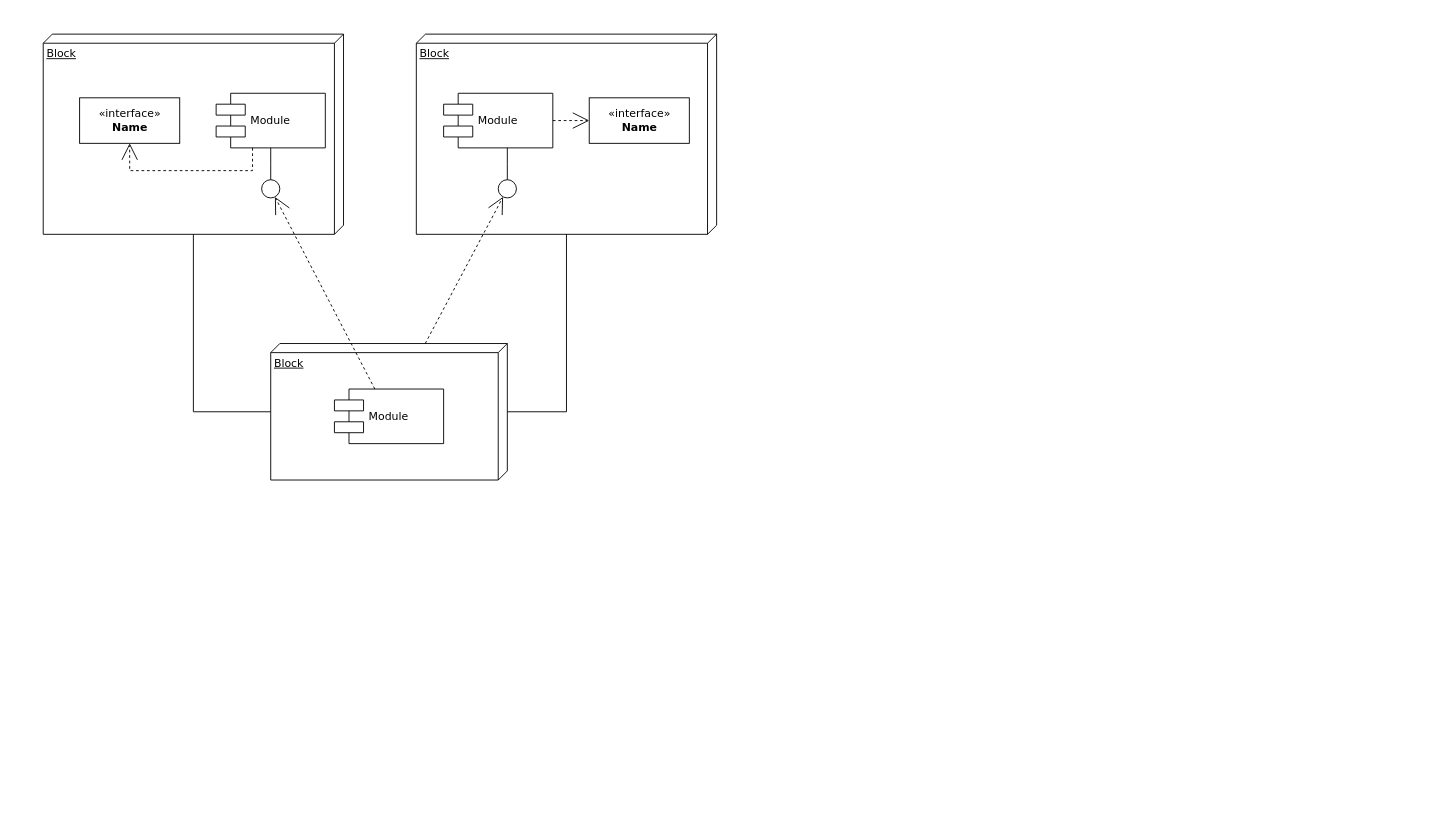
Above: Diagramme sans nom.drawio in EmiraDga/DBMS3 (draw.io), before the change. Source tidied: cells renumbered, new cells numbered last; positions are measured from the earlier drawing's top-left corner, leaving out a move shared by most shapes. Both pictures are drawn from the tidied source at 91%, with x=0, y=0 at pixel (43, 34).
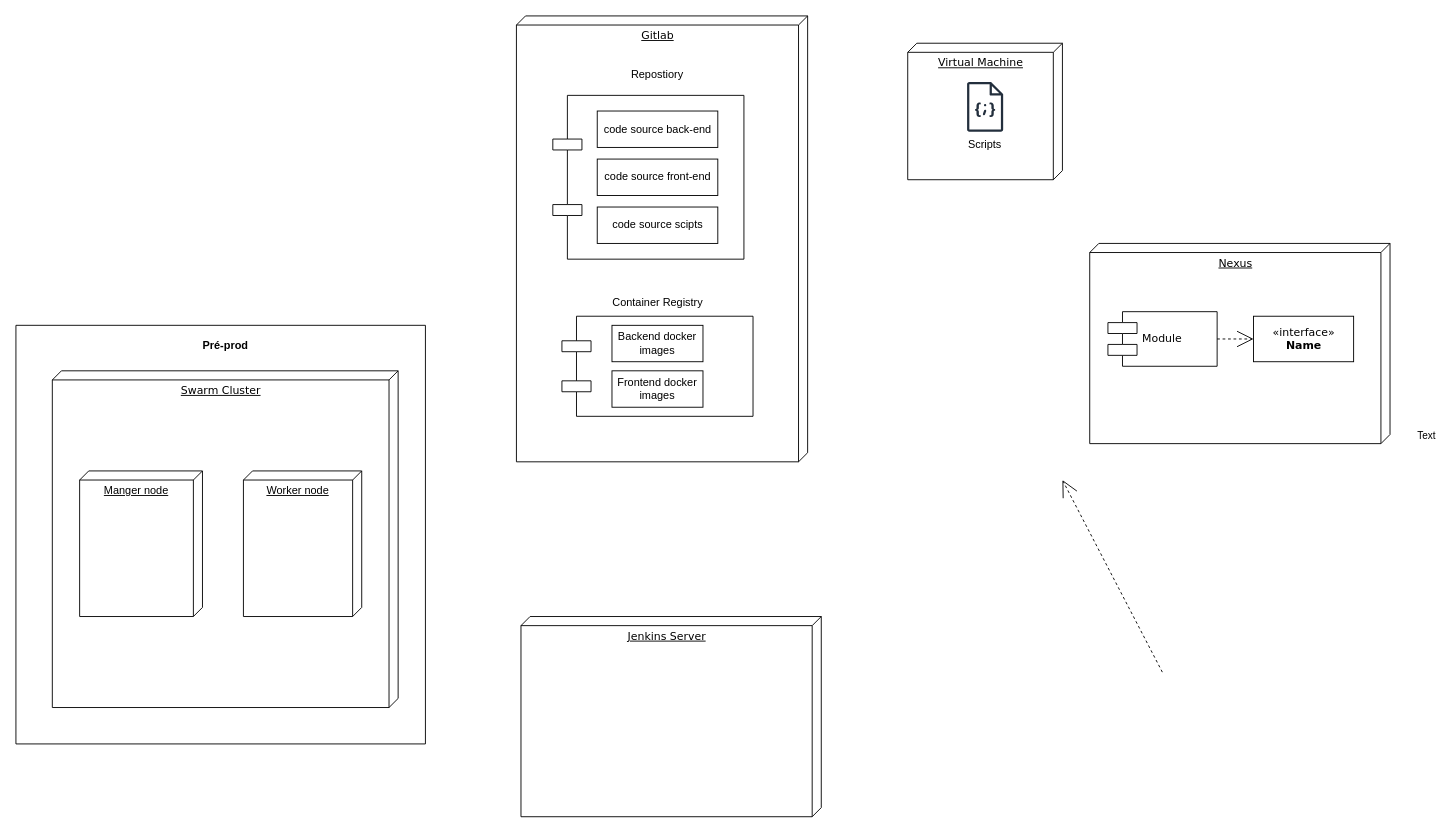
After the change.

Commit message (it also covers changes not shown here):
Mettre à jour Diagramme sans nom.drawio

Change to the diagram source:
```diff
@@
-    <mxCell id="2" value="Block" style="verticalAlign=top;align=left;spacingTop=8;spacingLeft=2;spacingRight=12;shape=cube;size=10;direction=south;fontStyle=4;html=1;rounded=0;shadow=0;comic=0;labelBackgroundColor=none;strokeWidth=1;fontFamily=Verdana;fontSize=12;" parent="1" vertex="1">
-      <mxGeometry width="330" height="220" as="geometry" />
+    <mxCell id="2" value="Gitlab" style="verticalAlign=top;align=center;spacingTop=8;spacingLeft=2;spacingRight=12;shape=cube;size=10;direction=south;fontStyle=4;html=1;rounded=0;shadow=0;comic=0;labelBackgroundColor=none;strokeWidth=1;fontFamily=Verdana;fontSize=12;" parent="1" vertex="1">
+      <mxGeometry x="520" y="-20" width="320" height="490" as="geometry" />
     </mxCell>
-    <mxCell id="3" value="Block" style="verticalAlign=top;align=left;spacingTop=8;spacingLeft=2;spacingRight=12;shape=cube;size=10;direction=south;fontStyle=4;html=1;rounded=0;shadow=0;comic=0;labelBackgroundColor=none;strokeWidth=1;fontFamily=Verdana;fontSize=12;" parent="1" vertex="1">
-      <mxGeometry x="410" width="330" height="220" as="geometry" />
+    <mxCell id="3" value="&lt;div align=&quot;center&quot;&gt;Nexus&lt;/div&gt;" style="verticalAlign=top;align=center;spacingTop=8;spacingLeft=2;spacingRight=12;shape=cube;size=10;direction=south;fontStyle=4;html=1;rounded=0;shadow=0;comic=0;labelBackgroundColor=none;strokeWidth=1;fontFamily=Verdana;fontSize=12;" parent="1" vertex="1">
+      <mxGeometry x="1150" y="230" width="330" height="220" as="geometry" />
     </mxCell>
-    <mxCell id="4" value="Block" style="verticalAlign=top;align=left;spacingTop=8;spacingLeft=2;spacingRight=12;shape=cube;size=10;direction=south;fontStyle=4;html=1;rounded=0;shadow=0;comic=0;labelBackgroundColor=none;strokeWidth=1;fontFamily=Verdana;fontSize=12;" parent="1" vertex="1">
-      <mxGeometry x="250" y="340" width="260" height="150" as="geometry" />
+    <mxCell id="4" value="&lt;div align=&quot;center&quot;&gt;Swarm Cluster &lt;/div&gt;" style="verticalAlign=top;align=center;spacingTop=8;spacingLeft=2;spacingRight=12;shape=cube;size=10;direction=south;fontStyle=4;html=1;rounded=0;shadow=0;comic=0;labelBackgroundColor=none;strokeWidth=1;fontFamily=Verdana;fontSize=12;" parent="1" vertex="1">
+      <mxGeometry x="10" y="370" width="380" height="370" as="geometry" />
     </mxCell>
-    <mxCell id="5" value="&amp;laquo;interface&amp;raquo;&lt;br&gt;&lt;b&gt;Name&lt;/b&gt;" style="html=1;rounded=0;shadow=0;comic=0;labelBackgroundColor=none;strokeWidth=1;fontFamily=Verdana;fontSize=12;align=center;" parent="1" vertex="1">
-      <mxGeometry x="40" y="70" width="110" height="50" as="geometry" />
-    </mxCell>
-    <mxCell id="6" value="Module" style="shape=component;align=left;spacingLeft=36;rounded=0;shadow=0;comic=0;labelBackgroundColor=none;strokeWidth=1;fontFamily=Verdana;fontSize=12;html=1;" parent="1" vertex="1">
-      <mxGeometry x="190" y="65" width="120" height="60" as="geometry" />
+    <mxCell id="6" style="shape=component;align=left;spacingLeft=36;rounded=0;shadow=0;comic=0;labelBackgroundColor=none;strokeWidth=1;fontFamily=Verdana;fontSize=12;html=1;" parent="1" vertex="1">
+      <mxGeometry x="560" y="67.3" width="210" height="180" as="geometry" />
     </mxCell>
-    <mxCell id="7" style="ellipse;whiteSpace=wrap;html=1;rounded=0;shadow=0;comic=0;labelBackgroundColor=none;strokeWidth=1;fontFamily=Verdana;fontSize=12;align=center;" parent="1" vertex="1">
-      <mxGeometry x="240" y="160" width="20" height="20" as="geometry" />
-    </mxCell>
     <mxCell id="8" value="Module" style="shape=component;align=left;spacingLeft=36;rounded=0;shadow=0;comic=0;labelBackgroundColor=none;strokeWidth=1;fontFamily=Verdana;fontSize=12;html=1;" parent="1" vertex="1">
-      <mxGeometry x="440" y="65" width="120" height="60" as="geometry" />
+      <mxGeometry x="1170" y="305" width="120" height="60" as="geometry" />
     </mxCell>
     <mxCell id="9" value="&amp;laquo;interface&amp;raquo;&lt;br&gt;&lt;b&gt;Name&lt;/b&gt;" style="html=1;rounded=0;shadow=0;comic=0;labelBackgroundColor=none;strokeWidth=1;fontFamily=Verdana;fontSize=12;align=center;" parent="1" vertex="1">
-      <mxGeometry x="600" y="70" width="110" height="50" as="geometry" />
+      <mxGeometry x="1330" y="310" width="110" height="50" as="geometry" />
     </mxCell>
-    <mxCell id="10" style="ellipse;whiteSpace=wrap;html=1;rounded=0;shadow=0;comic=0;labelBackgroundColor=none;strokeWidth=1;fontFamily=Verdana;fontSize=12;align=center;" parent="1" vertex="1">
-      <mxGeometry x="500" y="160" width="20" height="20" as="geometry" />
-    </mxCell>
-    <mxCell id="11" value="Module" style="shape=component;align=left;spacingLeft=36;rounded=0;shadow=0;comic=0;labelBackgroundColor=none;strokeWidth=1;fontFamily=Verdana;fontSize=12;html=1;" parent="1" vertex="1">
-      <mxGeometry x="320" y="390" width="120" height="60" as="geometry" />
-    </mxCell>
-    <mxCell id="12" style="edgeStyle=none;rounded=0;html=1;dashed=1;labelBackgroundColor=none;startArrow=none;startFill=0;startSize=8;endArrow=open;endFill=0;endSize=16;fontFamily=Verdana;fontSize=12;" parent="1" edge="1" source="11" target="7">
-      <mxGeometry relative="1" as="geometry" />
+    <mxCell id="12" style="edgeStyle=none;rounded=0;html=1;dashed=1;labelBackgroundColor=none;startArrow=none;startFill=0;startSize=8;endArrow=open;endFill=0;endSize=16;fontFamily=Verdana;fontSize=12;" parent="1" edge="1">
+      <mxGeometry relative="1" as="geometry">
+        <mxPoint x="1229.8" y="701.1" as="sourcePoint" />
+        <mxPoint x="1120" y="490" as="targetPoint" />
+      </mxGeometry>
     </mxCell>
-    <mxCell id="13" style="edgeStyle=none;rounded=0;html=1;dashed=1;labelBackgroundColor=none;startArrow=none;startFill=0;startSize=8;endArrow=open;endFill=0;endSize=16;fontFamily=Verdana;fontSize=12;" parent="1" edge="1" source="4" target="10">
-      <mxGeometry relative="1" as="geometry" />
-    </mxCell>
-    <mxCell id="14" style="edgeStyle=elbowEdgeStyle;rounded=0;html=1;labelBackgroundColor=none;startArrow=none;startFill=0;startSize=8;endArrow=none;endFill=0;endSize=16;fontFamily=Verdana;fontSize=12;" parent="1" edge="1" source="10" target="8">
-      <mxGeometry relative="1" as="geometry" />
-    </mxCell>
-    <mxCell id="15" style="edgeStyle=elbowEdgeStyle;rounded=0;html=1;labelBackgroundColor=none;startArrow=none;startFill=0;startSize=8;endArrow=none;endFill=0;endSize=16;fontFamily=Verdana;fontSize=12;" parent="1" edge="1" source="7" target="6">
-      <mxGeometry relative="1" as="geometry" />
-    </mxCell>
-    <mxCell id="16" style="edgeStyle=orthogonalEdgeStyle;rounded=0;html=1;labelBackgroundColor=none;startArrow=none;startFill=0;startSize=8;endArrow=open;endFill=0;endSize=16;fontFamily=Verdana;fontSize=12;dashed=1;" parent="1" edge="1" source="6" target="5">
-      <mxGeometry relative="1" as="geometry">
-        <Array as="points">
-          <mxPoint x="230" y="150" />
-          <mxPoint x="95" y="150" />
-        </Array>
-      </mxGeometry>
-    </mxCell>
+    <mxCell id="20" value="Text" style="edgeLabel;html=1;align=center;verticalAlign=middle;" parent="12" vertex="1">
+      <mxGeometry x="0.46" y="3" relative="1" as="geometry">
+        <mxPoint x="373" y="-108" as="offset" />
+      </mxGeometry>
+    </mxCell>
@@
-    <mxCell id="18" style="edgeStyle=orthogonalEdgeStyle;rounded=0;html=1;labelBackgroundColor=none;startArrow=none;startFill=0;startSize=8;endArrow=none;endFill=0;endSize=16;fontFamily=Verdana;fontSize=12;" parent="1" edge="1" source="4" target="3">
-      <mxGeometry relative="1" as="geometry">
-        <Array as="points">
-          <mxPoint x="575" y="415" />
-        </Array>
-      </mxGeometry>
-    </mxCell>
-    <mxCell id="19" style="edgeStyle=orthogonalEdgeStyle;rounded=0;html=1;labelBackgroundColor=none;startArrow=none;startFill=0;startSize=8;endArrow=none;endFill=0;endSize=16;fontFamily=Verdana;fontSize=12;" parent="1" edge="1" source="4" target="2">
-      <mxGeometry relative="1" as="geometry">
-        <Array as="points">
-          <mxPoint x="165" y="415" />
-        </Array>
-      </mxGeometry>
-    </mxCell>
+    <mxCell id="21" value="&lt;div align=&quot;center&quot;&gt;Manger node &lt;/div&gt;" style="verticalAlign=top;align=center;spacingTop=8;spacingLeft=2;spacingRight=12;shape=cube;size=10;direction=south;fontStyle=4;html=1;whiteSpace=wrap;" parent="1" vertex="1">
+      <mxGeometry x="40" y="480" width="135" height="160" as="geometry" />
+    </mxCell>
+    <mxCell id="22" value="&lt;div align=&quot;center&quot;&gt;Worker node &lt;/div&gt;" style="verticalAlign=top;align=center;spacingTop=8;spacingLeft=2;spacingRight=12;shape=cube;size=10;direction=south;fontStyle=4;html=1;whiteSpace=wrap;" parent="1" vertex="1">
+      <mxGeometry x="220" y="480" width="130" height="160" as="geometry" />
+    </mxCell>
+    <mxCell id="23" value="Jenkins Server" style="verticalAlign=top;align=center;spacingTop=8;spacingLeft=2;spacingRight=12;shape=cube;size=10;direction=south;fontStyle=4;html=1;rounded=0;shadow=0;comic=0;labelBackgroundColor=none;strokeWidth=1;fontFamily=Verdana;fontSize=12;" parent="1" vertex="1">
+      <mxGeometry x="525" y="640" width="330" height="220" as="geometry" />
+    </mxCell>
+    <mxCell id="24" style="swimlane;startSize=0;" parent="1" vertex="1">
+      <mxGeometry x="-30" y="320" width="450" height="460" as="geometry" />
+    </mxCell>
+    <mxCell id="25" value="Pré-prod" style="text;align=center;fontStyle=1;verticalAlign=middle;spacingLeft=3;spacingRight=3;strokeColor=none;html=1;" parent="24" vertex="1">
+      <mxGeometry x="190" y="9" width="80" height="26" as="geometry" />
+    </mxCell>
+    <mxCell id="26" value="Virtual Machine" style="verticalAlign=top;align=center;spacingTop=8;spacingLeft=2;spacingRight=12;shape=cube;size=10;direction=south;fontStyle=4;html=1;rounded=0;shadow=0;comic=0;labelBackgroundColor=none;strokeWidth=1;fontFamily=Verdana;fontSize=12;" parent="1" vertex="1">
+      <mxGeometry x="950" y="10" width="170" height="150" as="geometry" />
+    </mxCell>
+    <mxCell id="27" style="sketch=0;fontColor=#232F3E;gradientColor=none;fillColor=#232F3D;strokeColor=none;dashed=0;verticalLabelPosition=bottom;verticalAlign=top;align=center;html=1;fontSize=12;fontStyle=0;shape=mxgraph.aws4.json_script;" parent="1" vertex="1">
+      <mxGeometry x="1015.1" y="52.7" width="39.9" height="54.5" as="geometry" />
+    </mxCell>
+    <mxCell id="28" value="Scripts " style="text;html=1;align=center;verticalAlign=middle;whiteSpace=wrap;rounded=0;" parent="1" vertex="1">
+      <mxGeometry x="1005" y="107.3" width="60" height="30" as="geometry" />
+    </mxCell>
+    <mxCell id="29" style="shape=component;align=left;spacingLeft=36;rounded=0;shadow=0;comic=0;labelBackgroundColor=none;strokeWidth=1;fontFamily=Verdana;fontSize=12;html=1;" parent="1" vertex="1">
+      <mxGeometry x="570" y="310" width="210" height="110" as="geometry" />
+    </mxCell>
+    <mxCell id="30" value="Backend docker images" style="rounded=0;whiteSpace=wrap;html=1;" parent="1" vertex="1">
+      <mxGeometry x="625" y="320" width="100" height="40" as="geometry" />
+    </mxCell>
+    <mxCell id="31" value="Frontend docker images" style="rounded=0;whiteSpace=wrap;html=1;" parent="1" vertex="1">
+      <mxGeometry x="625" y="370" width="100" height="40" as="geometry" />
+    </mxCell>
+    <mxCell id="32" value="Container Registry" style="text;html=1;align=center;verticalAlign=middle;whiteSpace=wrap;rounded=0;" parent="1" vertex="1">
+      <mxGeometry x="617.5" y="280" width="115" height="30" as="geometry" />
+    </mxCell>
+    <mxCell id="33" value="Repostiory" style="text;html=1;align=center;verticalAlign=middle;whiteSpace=wrap;rounded=0;" parent="1" vertex="1">
+      <mxGeometry x="645" y="30" width="60" height="30" as="geometry" />
+    </mxCell>
+    <mxCell id="34" value="code source back-end" style="rounded=0;whiteSpace=wrap;html=1;" parent="1" vertex="1">
+      <mxGeometry x="608.8" y="84.5" width="132.5" height="40" as="geometry" />
+    </mxCell>
+    <mxCell id="35" value="code source front-end" style="rounded=0;whiteSpace=wrap;html=1;" parent="1" vertex="1">
+      <mxGeometry x="608.8" y="137.3" width="132.5" height="40" as="geometry" />
+    </mxCell>
+    <mxCell id="36" value="code source scipts" style="rounded=0;whiteSpace=wrap;html=1;" parent="1" vertex="1">
+      <mxGeometry x="608.8" y="190" width="132.5" height="40" as="geometry" />
+    </mxCell>
```
